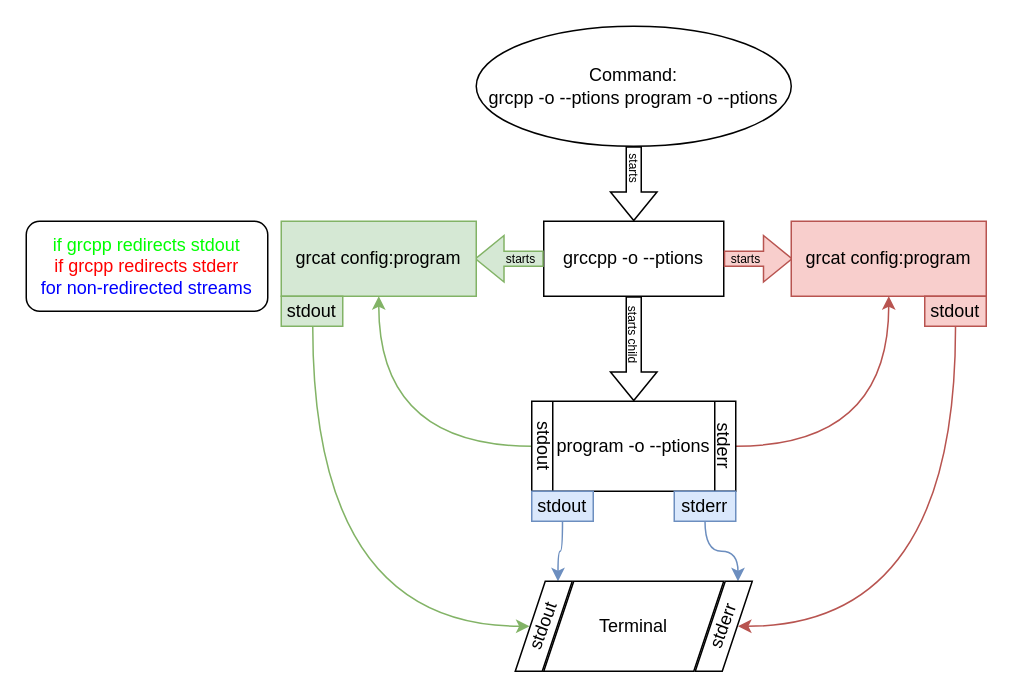
This is .github/images/flowchart.drawio from RENoMafex/grcpp, a draw.io file, before an edit. Source tidied: cells renumbered, new cells numbered last; positions are measured from the earlier drawing's top-left corner, leaving out a move shared by most shapes. Both pictures are drawn from the tidied source at 150%, with x=0, y=0 at pixel (26, 26).
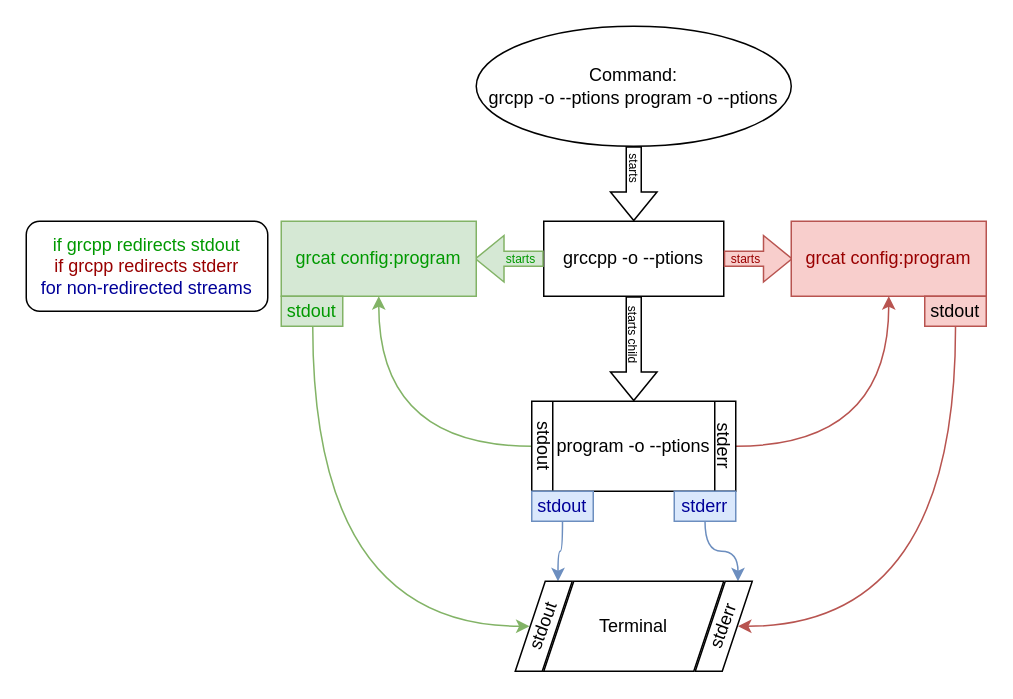
The same page after the edit.

Diff of the diagram source:
```diff
@@
-<mxGraphModel>
+<mxGraphModel background="#FFFFFF">
@@
-    <mxCell id="7" value="starts" style="text;html=1;align=center;verticalAlign=middle;whiteSpace=wrap;rounded=0;rotation=0;fontSize=8;" parent="1" vertex="1">
+    <mxCell id="7" value="starts" style="text;html=1;align=center;verticalAlign=middle;whiteSpace=wrap;rounded=0;rotation=0;fontSize=8;fontColor=#990000;" parent="1" vertex="1">
       <mxGeometry x="465" y="150" width="30" height="10" as="geometry" />
     </mxCell>
@@
-    <mxCell id="9" value="starts" style="text;html=1;align=center;verticalAlign=middle;whiteSpace=wrap;rounded=0;rotation=0;fontSize=8;" parent="1" vertex="1">
+    <mxCell id="9" value="&lt;font style=&quot;color: rgb(0, 153, 0);&quot;&gt;starts&lt;/font&gt;" style="text;html=1;align=center;verticalAlign=middle;whiteSpace=wrap;rounded=0;rotation=0;fontSize=8;" parent="1" vertex="1">
       <mxGeometry x="315" y="150" width="30" height="10" as="geometry" />
     </mxCell>
-    <mxCell id="10" value="grcat config:program" style="rounded=0;whiteSpace=wrap;html=1;verticalAlign=middle;spacing=2;fillColor=#d5e8d4;strokeColor=#82b366;" parent="1" vertex="1">
+    <mxCell id="10" value="&lt;font style=&quot;color: rgb(0, 153, 0);&quot;&gt;grcat config:program&lt;/font&gt;" style="rounded=0;whiteSpace=wrap;html=1;verticalAlign=middle;spacing=2;fillColor=#d5e8d4;strokeColor=#82b366;" parent="1" vertex="1">
       <mxGeometry x="170" y="130" width="130" height="50" as="geometry" />
     </mxCell>
-    <mxCell id="11" value="grcat config:program" style="rounded=0;whiteSpace=wrap;html=1;verticalAlign=middle;spacing=2;fillColor=#f8cecc;strokeColor=#b85450;" parent="1" vertex="1">
+    <mxCell id="11" value="grcat config:program" style="rounded=0;whiteSpace=wrap;html=1;verticalAlign=middle;spacing=2;fillColor=#f8cecc;strokeColor=#b85450;fontColor=#990000;" parent="1" vertex="1">
       <mxGeometry x="510" y="130" width="130" height="50" as="geometry" />
     </mxCell>
@@
-    <mxCell id="21" value="stdout" style="rounded=0;whiteSpace=wrap;html=1;fillColor=#d5e8d4;strokeColor=#82b366;" parent="1" vertex="1">
+    <mxCell id="21" value="&lt;font style=&quot;color: rgb(0, 153, 0);&quot;&gt;stdout&lt;/font&gt;" style="rounded=0;whiteSpace=wrap;html=1;fillColor=#d5e8d4;strokeColor=#82b366;" parent="1" vertex="1">
       <mxGeometry x="170" y="180" width="41" height="20" as="geometry" />
     </mxCell>
@@
-    <mxCell id="25" value="stdout" style="rounded=0;whiteSpace=wrap;html=1;fillColor=#dae8fc;strokeColor=#6c8ebf;" parent="1" vertex="1">
+    <mxCell id="25" value="stdout" style="rounded=0;whiteSpace=wrap;html=1;fillColor=#dae8fc;strokeColor=#6c8ebf;fontColor=#000099;" parent="1" vertex="1">
       <mxGeometry x="337" y="310" width="41" height="20" as="geometry" />
     </mxCell>
@@
-    <mxCell id="27" value="stderr" style="rounded=0;whiteSpace=wrap;html=1;fillColor=#dae8fc;strokeColor=#6c8ebf;" parent="1" vertex="1">
+    <mxCell id="27" value="stderr" style="rounded=0;whiteSpace=wrap;html=1;fillColor=#dae8fc;strokeColor=#6c8ebf;fontColor=#000099;" parent="1" vertex="1">
       <mxGeometry x="432" y="310" width="41" height="20" as="geometry" />
     </mxCell>
@@
-    <mxCell id="32" value="&lt;div&gt;&lt;span style=&quot;background-color: transparent;&quot;&gt;&lt;font style=&quot;color: rgb(0, 255, 0);&quot;&gt;if grcpp redirects stdout&lt;/font&gt;&lt;/span&gt;&lt;/div&gt;&lt;font style=&quot;color: rgb(255, 0, 0);&quot;&gt;&lt;font style=&quot;&quot;&gt;if grcpp redirects stderr&lt;/font&gt;&lt;br&gt;&lt;/font&gt;&lt;font style=&quot;color: light-dark(rgb(0, 0, 255), rgb(237, 237, 237));&quot;&gt;for non-redirected streams&lt;/font&gt;" style="rounded=1;whiteSpace=wrap;html=1;fillColor=#FFFFFF;" parent="1" vertex="1">
+    <mxCell id="32" value="&lt;div&gt;&lt;span style=&quot;background-color: transparent;&quot;&gt;&lt;font style=&quot;color: rgb(0, 153, 0);&quot;&gt;if grcpp redirects stdout&lt;/font&gt;&lt;/span&gt;&lt;/div&gt;&lt;font style=&quot;color: rgb(153, 0, 0);&quot;&gt;&lt;font style=&quot;&quot;&gt;if grcpp redirects stderr&lt;/font&gt;&lt;br&gt;&lt;/font&gt;&lt;font style=&quot;color: light-dark(rgb(0, 0, 153), rgb(237, 237, 237));&quot;&gt;for non-redirected streams&lt;/font&gt;" style="rounded=1;whiteSpace=wrap;html=1;" parent="1" vertex="1">
       <mxGeometry y="130" width="161" height="60" as="geometry" />
     </mxCell>
```
